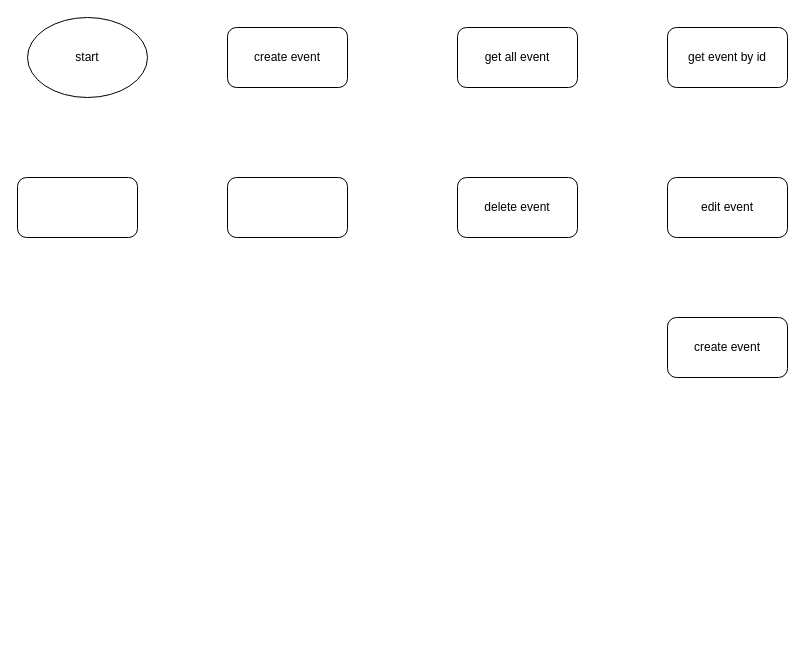
Above: flow apk.drawio in Fhmi00/booked-event-organizing-backend (draw.io), before the change. Source tidied: cells renumbered, new cells numbered last; positions are measured from the earlier drawing's top-left corner, leaving out a move shared by most shapes. Both pictures are drawn from the tidied source at 100%, with x=0, y=0 at pixel (17, 17).
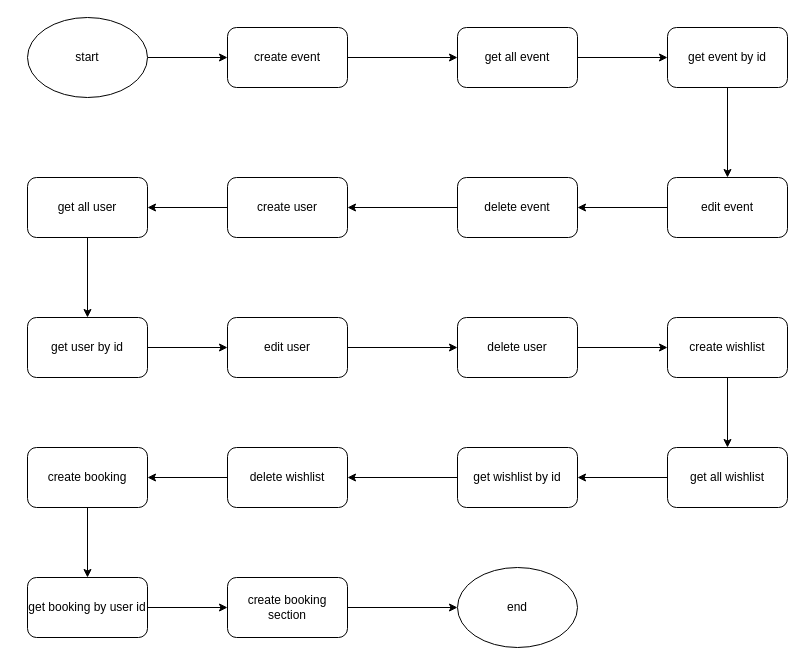
After the change.

Unchanged cells that the change refers to:
```xml
<mxCell id="2" value="start" style="ellipse;whiteSpace=wrap;html=1;" parent="1" vertex="1">
  <mxGeometry x="10" width="120" height="80" as="geometry" />
</mxCell>
<mxCell id="3" value="create event" style="rounded=1;whiteSpace=wrap;html=1;" parent="1" vertex="1">
  <mxGeometry x="210" y="10" width="120" height="60" as="geometry" />
</mxCell>
<mxCell id="4" value="get all event" style="rounded=1;whiteSpace=wrap;html=1;" parent="1" vertex="1">
  <mxGeometry x="440" y="10" width="120" height="60" as="geometry" />
</mxCell>
<mxCell id="5" value="get event by id" style="rounded=1;whiteSpace=wrap;html=1;" parent="1" vertex="1">
  <mxGeometry x="650" y="10" width="120" height="60" as="geometry" />
</mxCell>
<mxCell id="6" value="edit event" style="rounded=1;whiteSpace=wrap;html=1;" parent="1" vertex="1">
  <mxGeometry x="650" y="160" width="120" height="60" as="geometry" />
</mxCell>
<mxCell id="7" value="delete event" style="rounded=1;whiteSpace=wrap;html=1;" parent="1" vertex="1">
  <mxGeometry x="440" y="160" width="120" height="60" as="geometry" />
</mxCell>
```

What changed in the source:
```diff
@@
+    <mxCell id="11" style="edgeStyle=orthogonalEdgeStyle;rounded=0;jettySize=auto;html=1;entryX=0;entryY=0.5;entryDx=0;entryDy=0;" parent="1" edge="1" source="2" target="3">
+      <mxGeometry relative="1" as="geometry" />
+    </mxCell>
@@
+    <mxCell id="12" style="edgeStyle=orthogonalEdgeStyle;rounded=0;jettySize=auto;html=1;exitX=1;exitY=0.5;exitDx=0;exitDy=0;entryX=0;entryY=0.5;entryDx=0;entryDy=0;" parent="1" edge="1" source="3" target="4">
+      <mxGeometry relative="1" as="geometry" />
+    </mxCell>
@@
+    <mxCell id="13" style="edgeStyle=orthogonalEdgeStyle;rounded=0;jettySize=auto;html=1;entryX=0;entryY=0.5;entryDx=0;entryDy=0;" parent="1" edge="1" source="4" target="5">
+      <mxGeometry relative="1" as="geometry" />
+    </mxCell>
@@
+    <mxCell id="14" style="edgeStyle=orthogonalEdgeStyle;rounded=0;jettySize=auto;html=1;exitX=0.5;exitY=1;exitDx=0;exitDy=0;entryX=0.5;entryY=0;entryDx=0;entryDy=0;" parent="1" edge="1" source="5" target="6">
+      <mxGeometry relative="1" as="geometry" />
+    </mxCell>
@@
+    <mxCell id="15" style="edgeStyle=orthogonalEdgeStyle;rounded=0;jettySize=auto;html=1;entryX=1;entryY=0.5;entryDx=0;entryDy=0;" parent="1" edge="1" source="6" target="7">
+      <mxGeometry relative="1" as="geometry" />
+    </mxCell>
@@
+    <mxCell id="16" style="edgeStyle=orthogonalEdgeStyle;rounded=0;jettySize=auto;html=1;exitX=0;exitY=0.5;exitDx=0;exitDy=0;entryX=1;entryY=0.5;entryDx=0;entryDy=0;" parent="1" edge="1" source="7" target="10">
+      <mxGeometry relative="1" as="geometry" />
+    </mxCell>
@@
-    <mxCell id="8" style="rounded=1;whiteSpace=wrap;html=1;" parent="1" vertex="1">
-      <mxGeometry x="210" y="160" width="120" height="60" as="geometry" />
-    </mxCell>
-    <mxCell id="9" style="rounded=1;whiteSpace=wrap;html=1;" parent="1" vertex="1">
-      <mxGeometry y="160" width="120" height="60" as="geometry" />
-    </mxCell>
+    <mxCell id="17" style="edgeStyle=orthogonalEdgeStyle;rounded=0;jettySize=auto;html=1;exitX=0;exitY=0.5;exitDx=0;exitDy=0;entryX=1;entryY=0.5;entryDx=0;entryDy=0;" parent="1" edge="1" source="10" target="19">
+      <mxGeometry relative="1" as="geometry" />
+    </mxCell>
-    <mxCell id="10" value="create event" style="rounded=1;whiteSpace=wrap;html=1;" parent="1" vertex="1">
-      <mxGeometry x="650" y="300" width="120" height="60" as="geometry" />
+    <mxCell id="10" value="create user" style="rounded=1;whiteSpace=wrap;html=1;" parent="1" vertex="1">
+      <mxGeometry x="210" y="160" width="120" height="60" as="geometry" />
     </mxCell>
+    <mxCell id="18" style="edgeStyle=orthogonalEdgeStyle;rounded=0;jettySize=auto;html=1;exitX=0.5;exitY=1;exitDx=0;exitDy=0;entryX=0.5;entryY=0;entryDx=0;entryDy=0;" parent="1" edge="1" source="19" target="21">
+      <mxGeometry relative="1" as="geometry" />
+    </mxCell>
+    <mxCell id="19" value="get all user" style="rounded=1;whiteSpace=wrap;html=1;" parent="1" vertex="1">
+      <mxGeometry x="10" y="160" width="120" height="60" as="geometry" />
+    </mxCell>
+    <mxCell id="20" style="edgeStyle=orthogonalEdgeStyle;rounded=0;jettySize=auto;html=1;entryX=0;entryY=0.5;entryDx=0;entryDy=0;" parent="1" edge="1" source="21" target="23">
+      <mxGeometry relative="1" as="geometry" />
+    </mxCell>
+    <mxCell id="21" value="get user by id" style="rounded=1;whiteSpace=wrap;html=1;" parent="1" vertex="1">
+      <mxGeometry x="10" y="300" width="120" height="60" as="geometry" />
+    </mxCell>
+    <mxCell id="22" style="edgeStyle=orthogonalEdgeStyle;rounded=0;jettySize=auto;html=1;exitX=1;exitY=0.5;exitDx=0;exitDy=0;entryX=0;entryY=0.5;entryDx=0;entryDy=0;" parent="1" edge="1" source="23" target="25">
+      <mxGeometry relative="1" as="geometry" />
+    </mxCell>
+    <mxCell id="23" value="edit user" style="rounded=1;whiteSpace=wrap;html=1;" parent="1" vertex="1">
+      <mxGeometry x="210" y="300" width="120" height="60" as="geometry" />
+    </mxCell>
+    <mxCell id="24" style="edgeStyle=orthogonalEdgeStyle;rounded=0;jettySize=auto;html=1;entryX=0;entryY=0.5;entryDx=0;entryDy=0;" parent="1" edge="1" source="25" target="27">
+      <mxGeometry relative="1" as="geometry" />
+    </mxCell>
+    <mxCell id="25" value="delete user" style="rounded=1;whiteSpace=wrap;html=1;" parent="1" vertex="1">
+      <mxGeometry x="440" y="300" width="120" height="60" as="geometry" />
+    </mxCell>
+    <mxCell id="26" style="edgeStyle=orthogonalEdgeStyle;rounded=0;jettySize=auto;html=1;exitX=0.5;exitY=1;exitDx=0;exitDy=0;entryX=0.5;entryY=0;entryDx=0;entryDy=0;" parent="1" edge="1" source="27" target="29">
+      <mxGeometry relative="1" as="geometry" />
+    </mxCell>
+    <mxCell id="27" value="create wishlist" style="rounded=1;whiteSpace=wrap;html=1;" parent="1" vertex="1">
+      <mxGeometry x="650" y="300" width="120" height="60" as="geometry" />
+    </mxCell>
+    <mxCell id="28" style="edgeStyle=orthogonalEdgeStyle;rounded=0;jettySize=auto;html=1;entryX=1;entryY=0.5;entryDx=0;entryDy=0;" parent="1" edge="1" source="29" target="31">
+      <mxGeometry relative="1" as="geometry" />
+    </mxCell>
+    <mxCell id="29" value="get all wishlist" style="rounded=1;whiteSpace=wrap;html=1;" parent="1" vertex="1">
+      <mxGeometry x="650" y="430" width="120" height="60" as="geometry" />
+    </mxCell>
+    <mxCell id="30" style="edgeStyle=orthogonalEdgeStyle;rounded=0;jettySize=auto;html=1;entryX=1;entryY=0.5;entryDx=0;entryDy=0;" parent="1" edge="1" source="31" target="33">
+      <mxGeometry relative="1" as="geometry" />
+    </mxCell>
+    <mxCell id="31" value="get wishlist by id" style="rounded=1;whiteSpace=wrap;html=1;" parent="1" vertex="1">
+      <mxGeometry x="440" y="430" width="120" height="60" as="geometry" />
+    </mxCell>
+    <mxCell id="32" style="edgeStyle=orthogonalEdgeStyle;rounded=0;jettySize=auto;html=1;entryX=1;entryY=0.5;entryDx=0;entryDy=0;" parent="1" edge="1" source="33" target="35">
+      <mxGeometry relative="1" as="geometry" />
+    </mxCell>
+    <mxCell id="33" value="delete wishlist" style="rounded=1;whiteSpace=wrap;html=1;" parent="1" vertex="1">
+      <mxGeometry x="210" y="430" width="120" height="60" as="geometry" />
+    </mxCell>
+    <mxCell id="34" style="edgeStyle=orthogonalEdgeStyle;rounded=0;jettySize=auto;html=1;entryX=0.5;entryY=0;entryDx=0;entryDy=0;" parent="1" edge="1" source="35" target="37">
+      <mxGeometry relative="1" as="geometry" />
+    </mxCell>
+    <mxCell id="35" value="create booking" style="rounded=1;whiteSpace=wrap;html=1;" parent="1" vertex="1">
+      <mxGeometry x="10" y="430" width="120" height="60" as="geometry" />
+    </mxCell>
+    <mxCell id="36" style="edgeStyle=orthogonalEdgeStyle;rounded=0;jettySize=auto;html=1;entryX=0;entryY=0.5;entryDx=0;entryDy=0;" parent="1" edge="1" source="37" target="39">
+      <mxGeometry relative="1" as="geometry" />
+    </mxCell>
+    <mxCell id="37" value="get booking by user id" style="rounded=1;whiteSpace=wrap;html=1;" parent="1" vertex="1">
+      <mxGeometry x="10" y="560" width="120" height="60" as="geometry" />
+    </mxCell>
+    <mxCell id="38" style="edgeStyle=orthogonalEdgeStyle;rounded=0;jettySize=auto;html=1;entryX=0;entryY=0.5;entryDx=0;entryDy=0;" parent="1" edge="1" source="39" target="40">
+      <mxGeometry relative="1" as="geometry" />
+    </mxCell>
+    <mxCell id="39" value="create booking section" style="rounded=1;whiteSpace=wrap;html=1;" parent="1" vertex="1">
+      <mxGeometry x="210" y="560" width="120" height="60" as="geometry" />
+    </mxCell>
+    <mxCell id="40" value="end" style="ellipse;whiteSpace=wrap;html=1;" parent="1" vertex="1">
+      <mxGeometry x="440" y="550" width="120" height="80" as="geometry" />
+    </mxCell>
```
